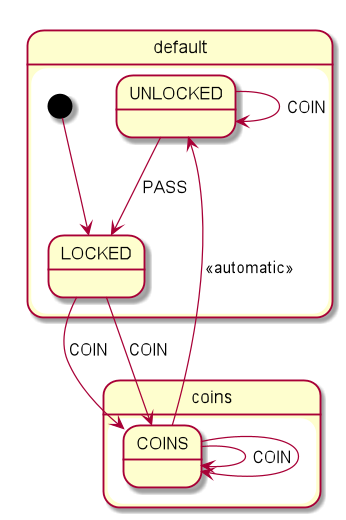
Above: paying_turnstile.png in open-jumpco/kfsm (PlantUML), before the change. Source of this version:
```plantuml
@startuml
state coins {
  COINS --> COINS : COIN
  COINS --> COINS
}
state default {
  [*] --> LOCKED
  LOCKED --> COINS : COIN
  UNLOCKED --> UNLOCKED : COIN
  UNLOCKED --> LOCKED : PASS
  LOCKED --> COINS : COIN
  COINS --> UNLOCKED : <<automatic>>
}
@enduml
```
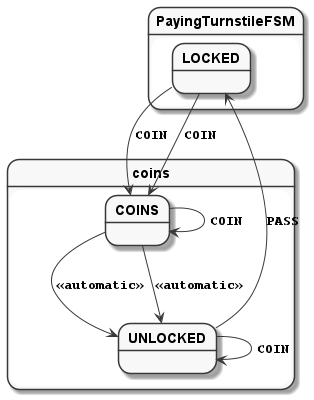
Later version of the same file.

The edit, as a diff of the source:
```diff
@@ -1,14 +1,21 @@
 @startuml
+skinparam monochrome true
+skinparam StateFontName Helvetica
+skinparam defaultFontName Monospaced
+skinparam defaultFontStyle Bold
+skinparam state {
+    FontColor Black
+    FontStyle Bold
+}
 state coins {
-  COINS --> COINS : COIN
-  COINS --> COINS
+COINS --> UNLOCKED : <<automatic>>
+COINS --> UNLOCKED : <<automatic>>
+COINS --> COINS : COIN
 }
-state default {
-  [*] --> LOCKED
-  LOCKED --> COINS : COIN
-  UNLOCKED --> UNLOCKED : COIN
-  UNLOCKED --> LOCKED : PASS
-  LOCKED --> COINS : COIN
-  COINS --> UNLOCKED : <<automatic>>
+state PayingTurnstileFSM {
+LOCKED --> COINS : COIN
+LOCKED --> COINS : COIN
+UNLOCKED --> UNLOCKED : COIN
+UNLOCKED --> LOCKED : PASS
 }
 @enduml
```
